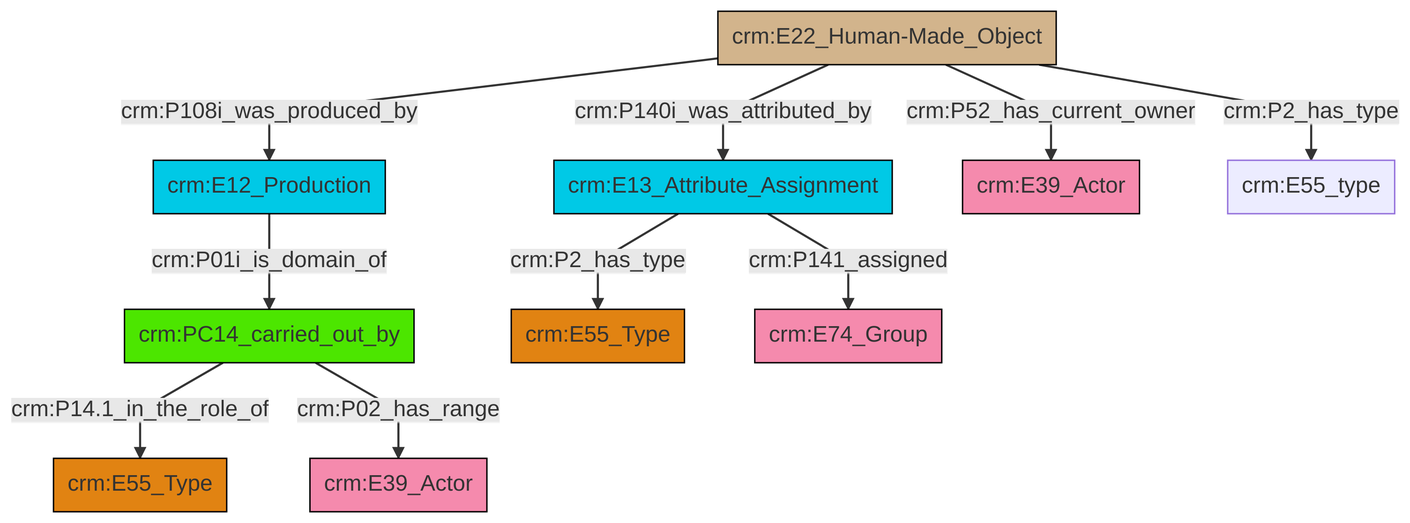
Earlier version of the Mermaid export et/builtWorkCSV/ttl/mmd/png/Built_Work_actor_relations.png (swiss-art-research-net/reference-data-models). Its source is kept beside it as et/builtWorkCSV/ttl/mmd/Built_Work_actor_relations.ttl.mmd.
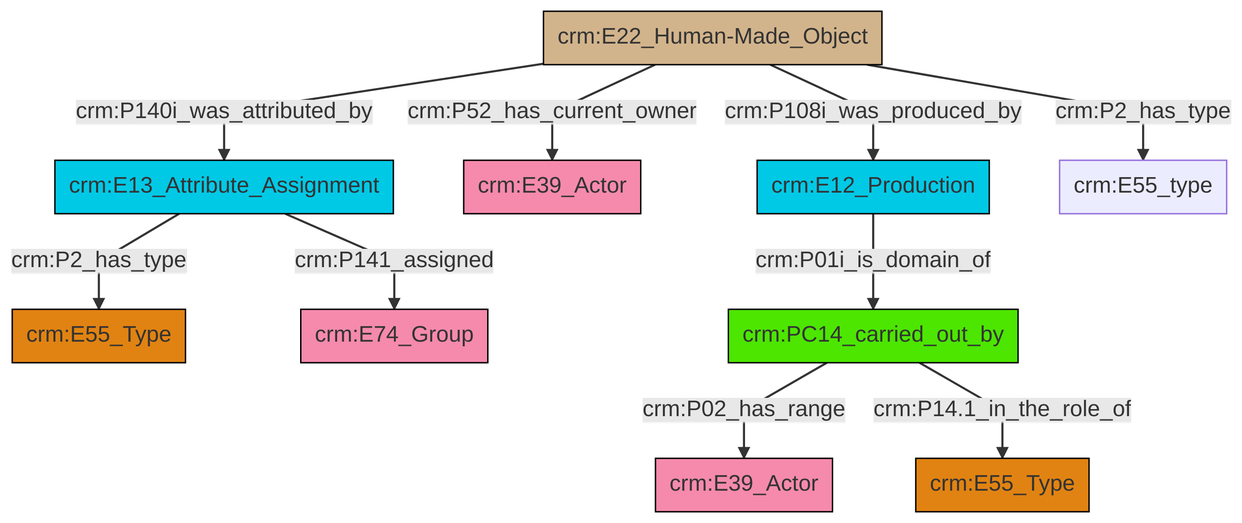
Above is the later version.

Change to the diagram source:
```diff
@@ -13,12 +13,12 @@
 classDef PC_Classes fill:#4ce600, stroke:#000000;
 classDef Multi fill:#cccccc,stroke:#000000;
 
-4["crm:E22_Human-Made_Object"]:::Physical_Thing -->|crm:P108i_was_produced_by| 5["crm:E12_Production"]:::Temporal_Entity
-5["crm:E12_Production"]:::Temporal_Entity -->|crm:P01i_is_domain_of| 6["crm:PC14_carried_out_by"]:::PC_Classes
-4["crm:E22_Human-Made_Object"]:::Physical_Thing -->|crm:P140i_was_attributed_by| 14["crm:E13_Attribute_Assignment"]:::Temporal_Entity
-4["crm:E22_Human-Made_Object"]:::Physical_Thing -->|crm:P52_has_current_owner| 0["crm:E39_Actor"]:::Actor
-6["crm:PC14_carried_out_by"]:::PC_Classes -->|crm:P14.1_in_the_role_of| 18["crm:E55_Type"]:::Type
-14["crm:E13_Attribute_Assignment"]:::Temporal_Entity -->|crm:P2_has_type| 2["crm:E55_Type"]:::Type
-4["crm:E22_Human-Made_Object"]:::Physical_Thing -->|crm:P2_has_type| 7["crm:E55_type"]:::Default
-14["crm:E13_Attribute_Assignment"]:::Temporal_Entity -->|crm:P141_assigned| 9["crm:E74_Group"]:::Actor
-6["crm:PC14_carried_out_by"]:::PC_Classes -->|crm:P02_has_range| 11["crm:E39_Actor"]:::Actor
+0["crm:E22_Human-Made_Object"]:::Physical_Thing -->|crm:P140i_was_attributed_by| 1["crm:E13_Attribute_Assignment"]:::Temporal_Entity
+0["crm:E22_Human-Made_Object"]:::Physical_Thing -->|crm:P52_has_current_owner| 4["crm:E39_Actor"]:::Actor
+0["crm:E22_Human-Made_Object"]:::Physical_Thing -->|crm:P108i_was_produced_by| 5["crm:E12_Production"]:::Temporal_Entity
+1["crm:E13_Attribute_Assignment"]:::Temporal_Entity -->|crm:P2_has_type| 7["crm:E55_Type"]:::Type
+5["crm:E12_Production"]:::Temporal_Entity -->|crm:P01i_is_domain_of| 8["crm:PC14_carried_out_by"]:::PC_Classes
+8["crm:PC14_carried_out_by"]:::PC_Classes -->|crm:P02_has_range| 9["crm:E39_Actor"]:::Actor
+0["crm:E22_Human-Made_Object"]:::Physical_Thing -->|crm:P2_has_type| 11["crm:E55_type"]:::Default
+8["crm:PC14_carried_out_by"]:::PC_Classes -->|crm:P14.1_in_the_role_of| 2["crm:E55_Type"]:::Type
+1["crm:E13_Attribute_Assignment"]:::Temporal_Entity -->|crm:P141_assigned| 14["crm:E74_Group"]:::Actor
```
